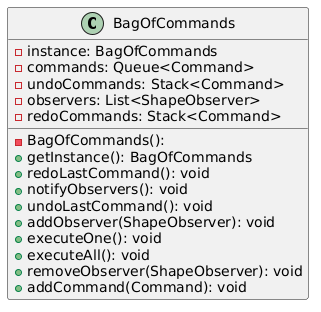
Before: res/singleton.png, a diagram exported from PlantUML (mchlln/ShapeEditor). The source it was exported from:
```plantuml
@startuml
top to bottom direction
skinparam linetype ortho

class BagOfCommands {
  - BagOfCommands():
  - instance: BagOfCommands
  - commands: Queue<Command>
  - undoCommands: Stack<Command>
  - observers: List<ShapeObserver>
  - redoCommands: Stack<Command>
  + getInstance(): BagOfCommands
  + redoLastCommand(): void
  + notifyObservers(): void
  + undoLastCommand(): void
  + addObserver(ShapeObserver): void
  + executeOne(): void
  + executeAll(): void
  + removeObserver(ShapeObserver): void
  + addCommand(Command): void
}
@enduml
```
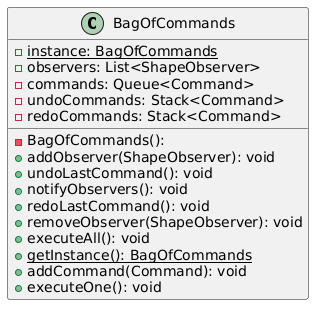
The same file after the commit.

Commit message:
static in uml

Diff of the diagram source:
```diff
@@ -4,19 +4,19 @@
 
 class BagOfCommands {
   - BagOfCommands():
-  - instance: BagOfCommands
+  - {static} instance: BagOfCommands
+  - observers: List<ShapeObserver>
   - commands: Queue<Command>
   - undoCommands: Stack<Command>
-  - observers: List<ShapeObserver>
   - redoCommands: Stack<Command>
-  + getInstance(): BagOfCommands
+  + addObserver(ShapeObserver): void
+  + undoLastCommand(): void
+  + notifyObservers(): void
   + redoLastCommand(): void
-  + notifyObservers(): void
-  + undoLastCommand(): void
-  + addObserver(ShapeObserver): void
+  + removeObserver(ShapeObserver): void
+  + executeAll(): void
+  + {static} getInstance(): BagOfCommands
+  + addCommand(Command): void
   + executeOne(): void
-  + executeAll(): void
-  + removeObserver(ShapeObserver): void
-  + addCommand(Command): void
 }
 @enduml
```
